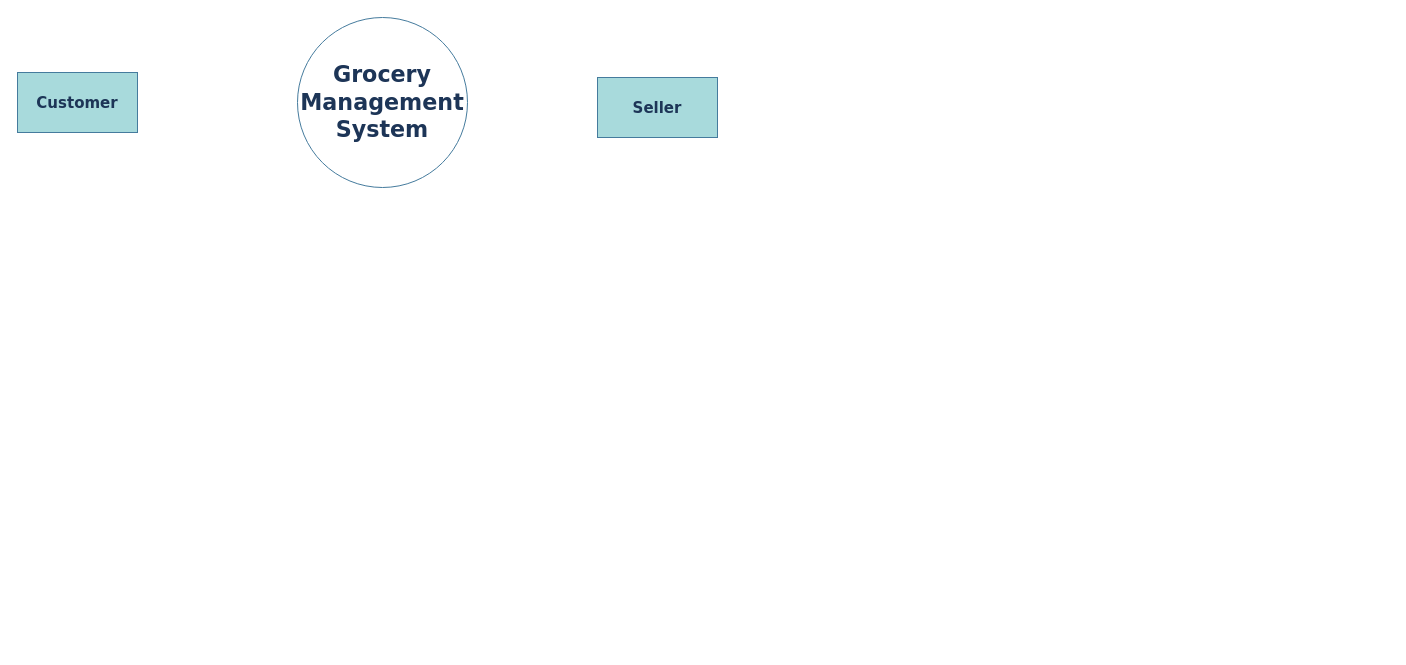
Earlier version of the draw.io diagram DFD-Level0.drawio (rudraxdudakiya/phpgms). Source tidied: cells renumbered, new cells numbered last; positions are measured from the earlier drawing's top-left corner, leaving out a move shared by most shapes. Both pictures are drawn from the tidied source at 100%, with x=0, y=0 at pixel (17, 17).
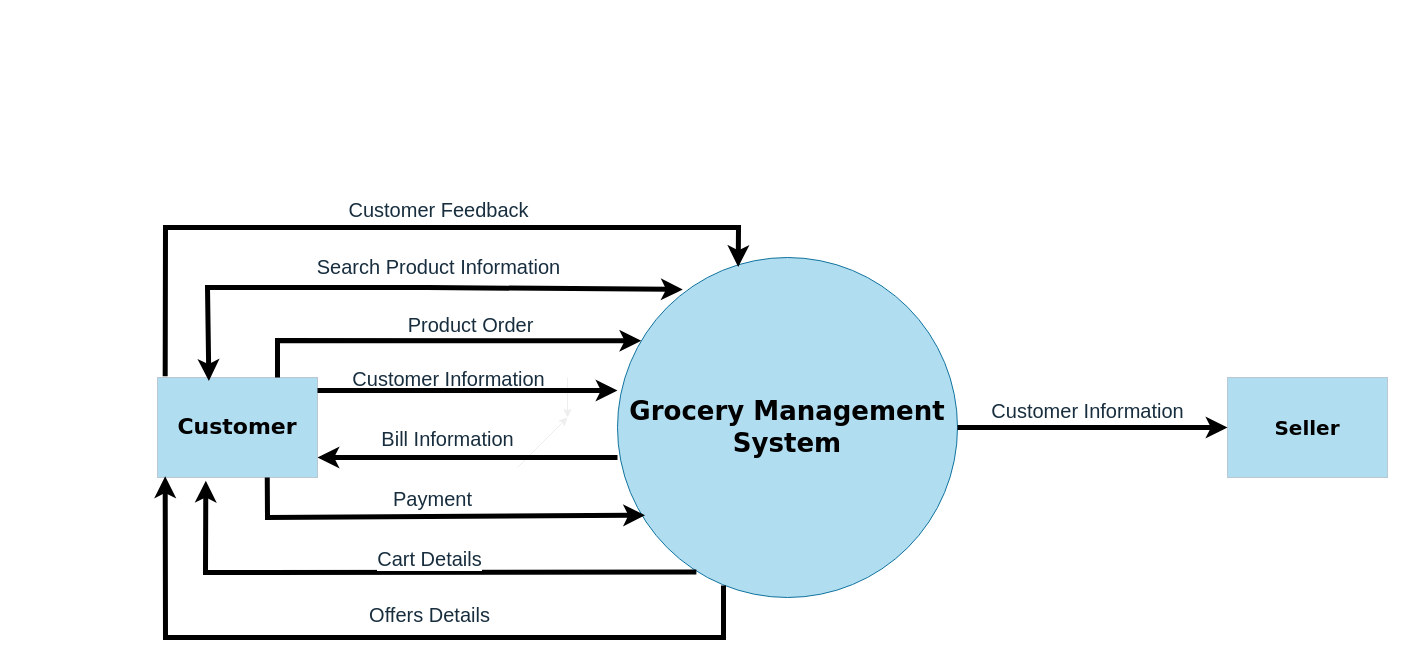
The same page after the edit.

Change to the diagram source:
```diff
@@
-    <mxCell id="2" value="&lt;h3&gt;&lt;font face=&quot;Verdana&quot;&gt;Grocery Management System&lt;/font&gt;&lt;/h3&gt;" style="ellipse;fillColor=none;fontColor=#1D3557;strokeColor=#457B9D;fontStyle=1;labelBackgroundColor=none;textShadow=0;align=center;fontSize=19;horizontal=1;labelBorderColor=none;whiteSpace=wrap;html=1;convertToSvg=0;" parent="1" vertex="1">
-      <mxGeometry x="280" width="170" height="170" as="geometry" />
+    <mxCell id="2" value="&lt;h3&gt;&lt;font style=&quot;color: light-dark(rgb(0, 0, 0), rgb(255, 255, 255)); font-size: 26px;&quot; face=&quot;Verdana&quot;&gt;Grocery Management System&lt;/font&gt;&lt;/h3&gt;" style="ellipse;fillColor=#b1ddf0;strokeColor=#10739e;fontStyle=1;labelBackgroundColor=none;textShadow=0;align=center;fontSize=19;horizontal=1;labelBorderColor=none;whiteSpace=wrap;html=1;convertToSvg=0;" parent="1" vertex="1">
+      <mxGeometry x="600" y="240" width="340" height="340" as="geometry" />
     </mxCell>
+    <mxCell id="4" value="&lt;h3&gt;&lt;b&gt;&lt;font face=&quot;Verdana&quot; style=&quot;color: light-dark(rgb(0, 0, 0), rgb(255, 255, 255)); font-size: 20px;&quot;&gt;Seller&lt;/font&gt;&lt;/b&gt;&lt;/h3&gt;" style="rounded=0;whiteSpace=wrap;html=1;strokeColor=#BAC8D3;fontColor=#182E3E;fillColor=#B1DDF0;labelBackgroundColor=none;" parent="1" vertex="1">
+      <mxGeometry x="1210" y="360" width="160" height="100" as="geometry" />
+    </mxCell>
+    <mxCell id="5" style="endArrow=classic;html=1;rounded=0;strokeColor=#EEEEEE;fontColor=#FFFFFF;exitX=1;exitY=0.5;exitDx=0;exitDy=0;" parent="1" edge="1">
+      <mxGeometry relative="1" as="geometry">
+        <mxPoint x="550" y="360" as="sourcePoint" />
+        <mxPoint x="550" y="400" as="targetPoint" />
+      </mxGeometry>
+    </mxCell>
+    <mxCell id="6" style="endArrow=classic;html=1;rounded=0;strokeColor=#EEEEEE;fontColor=#FFFFFF;" parent="1" edge="1">
+      <mxGeometry relative="1" as="geometry">
+        <mxPoint x="500" y="450" as="sourcePoint" />
+        <mxPoint x="550" y="400" as="targetPoint" />
+      </mxGeometry>
+    </mxCell>
+    <mxCell id="7" style="endArrow=classic;html=1;rounded=0;fontColor=#FFFFFF;strokeWidth=5;fillColor=none;entryX=0;entryY=0.5;entryDx=0;entryDy=0;" parent="1" edge="1">
+      <mxGeometry relative="1" as="geometry">
+        <mxPoint x="600" y="440" as="sourcePoint" />
+        <mxPoint x="300" y="440" as="targetPoint" />
+      </mxGeometry>
+    </mxCell>
+    <mxCell id="8" value="&lt;font style=&quot;font-size: 20px;&quot;&gt;Customer Information&lt;/font&gt;" style="edgeLabel;html=1;align=center;verticalAlign=middle;strokeColor=#BAC8D3;fontColor=#182E3E;fillColor=#B1DDF0;" parent="7" vertex="1">
+      <mxGeometry x="-0.14" y="1" relative="1" as="geometry">
+        <mxPoint x="-41" y="-81" as="offset" />
+      </mxGeometry>
+    </mxCell>
+    <mxCell id="9" value="&lt;font style=&quot;font-size: 20px;&quot;&gt;Bill Information&lt;/font&gt;" style="edgeLabel;html=1;align=center;verticalAlign=middle;strokeColor=#BAC8D3;fontColor=#182E3E;fillColor=#B1DDF0;" parent="7" vertex="1">
+      <mxGeometry x="0.17" y="6" relative="1" as="geometry">
+        <mxPoint x="5" y="-26" as="offset" />
+      </mxGeometry>
+    </mxCell>
+    <mxCell id="10" value="&lt;span style=&quot;font-size: 20px;&quot;&gt;Customer Information&lt;/span&gt;" style="text;html=1;align=center;verticalAlign=middle;strokeColor=none;fillColor=none;fontColor=#182E3E;" parent="1" vertex="1">
+      <mxGeometry x="960" y="373" width="220" height="40" as="geometry" />
+    </mxCell>
+    <mxCell id="11" style="endArrow=classic;html=1;rounded=0;fontColor=#FFFFFF;strokeWidth=5;fillColor=none;exitX=1;exitY=0.5;exitDx=0;exitDy=0;" parent="1" edge="1" source="2" target="4">
+      <mxGeometry relative="1" as="geometry" />
+    </mxCell>
-    <mxCell id="3" value="&lt;h4&gt;&lt;b&gt;&lt;font face=&quot;Verdana&quot; style=&quot;font-size: 15px;&quot;&gt;Customer&lt;/font&gt;&lt;/b&gt;&lt;/h4&gt;" style="rounded=0;whiteSpace=wrap;html=1;strokeColor=#457B9D;fontColor=#1D3557;fillColor=#A8DADC;" parent="1" vertex="1">
-      <mxGeometry y="55" width="120" height="60" as="geometry" />
+    <mxCell id="3" value="&lt;h4&gt;&lt;b&gt;&lt;font face=&quot;Verdana&quot; style=&quot;color: light-dark(rgb(0, 0, 0), rgb(255, 255, 255)); font-size: 22px;&quot;&gt;Customer&lt;/font&gt;&lt;/b&gt;&lt;/h4&gt;" style="rounded=0;whiteSpace=wrap;html=1;strokeColor=#BAC8D3;fontColor=#182E3E;fillColor=#B1DDF0;labelBackgroundColor=none;" parent="1" vertex="1">
+      <mxGeometry x="140" y="360" width="160" height="100" as="geometry" />
     </mxCell>
-    <mxCell id="4" value="&lt;h3&gt;&lt;b&gt;&lt;font face=&quot;Verdana&quot; style=&quot;font-size: 15px;&quot;&gt;Seller&lt;/font&gt;&lt;/b&gt;&lt;/h3&gt;" style="rounded=0;whiteSpace=wrap;html=1;strokeColor=#457B9D;fontColor=#1D3557;fillColor=#A8DADC;" parent="1" vertex="1">
-      <mxGeometry x="580" y="60" width="120" height="60" as="geometry" />
-    </mxCell>
+    <mxCell id="12" style="endArrow=classic;html=1;rounded=0;fontColor=#FFFFFF;strokeWidth=5;fillColor=none;exitX=0.75;exitY=0;exitDx=0;exitDy=0;entryX=0.07;entryY=0.245;entryDx=0;entryDy=0;entryPerimeter=0;" parent="1" edge="1" source="3" target="2">
+      <mxGeometry relative="1" as="geometry">
+        <Array as="points">
+          <mxPoint x="260" y="323" />
+        </Array>
+      </mxGeometry>
+    </mxCell>
+    <mxCell id="13" style="endArrow=classic;html=1;rounded=0;fontColor=#FFFFFF;strokeWidth=5;fillColor=none;exitX=0.048;exitY=0.988;exitDx=0;exitDy=0;exitPerimeter=0;entryX=0.048;entryY=0.988;entryDx=0;entryDy=0;entryPerimeter=0;" parent="1" edge="1" target="3">
+      <mxGeometry relative="1" as="geometry">
+        <mxPoint x="706" y="568" as="sourcePoint" />
+        <Array as="points">
+          <mxPoint x="706" y="620" />
+          <mxPoint x="148" y="620" />
+        </Array>
+      </mxGeometry>
+    </mxCell>
+    <mxCell id="14" style="endArrow=classic;html=1;rounded=0;fontColor=#FFFFFF;strokeWidth=5;fillColor=none;entryX=0.081;entryY=0.758;entryDx=0;entryDy=0;entryPerimeter=0;exitX=0.686;exitY=1.001;exitDx=0;exitDy=0;exitPerimeter=0;" parent="1" edge="1" source="3" target="2">
+      <mxGeometry relative="1" as="geometry">
+        <Array as="points">
+          <mxPoint x="250" y="500" />
+        </Array>
+      </mxGeometry>
+    </mxCell>
+    <mxCell id="15" style="endArrow=classic;html=1;rounded=0;fontColor=#FFFFFF;strokeWidth=5;fillColor=none;entryX=0;entryY=0.5;entryDx=0;entryDy=0;" parent="1" edge="1">
+      <mxGeometry relative="1" as="geometry">
+        <mxPoint x="300" y="373" as="sourcePoint" />
+        <mxPoint x="600" y="373" as="targetPoint" />
+      </mxGeometry>
+    </mxCell>
+    <mxCell id="16" style="endArrow=classic;html=1;rounded=0;fontColor=#FFFFFF;strokeWidth=5;fillColor=none;exitX=0.048;exitY=-0.012;exitDx=0;exitDy=0;exitPerimeter=0;entryX=0.355;entryY=0.028;entryDx=0;entryDy=0;entryPerimeter=0;" parent="1" edge="1" source="3" target="2">
+      <mxGeometry relative="1" as="geometry">
+        <Array as="points">
+          <mxPoint x="148" y="210" />
+          <mxPoint x="721" y="210" />
+        </Array>
+      </mxGeometry>
+    </mxCell>
+    <mxCell id="17" style="endArrow=classic;html=1;rounded=0;fontColor=#FFFFFF;strokeWidth=5;fillColor=none;entryX=0.302;entryY=1.032;entryDx=0;entryDy=0;entryPerimeter=0;exitX=0.232;exitY=0.925;exitDx=0;exitDy=0;exitPerimeter=0;" parent="1" edge="1" source="2" target="3">
+      <mxGeometry relative="1" as="geometry">
+        <Array as="points">
+          <mxPoint x="188" y="555" />
+        </Array>
+      </mxGeometry>
+    </mxCell>
+    <mxCell id="18" value="&lt;font style=&quot;font-size: 20px;&quot;&gt;Payment&lt;/font&gt;" style="edgeLabel;html=1;align=center;verticalAlign=middle;strokeColor=#BAC8D3;fontColor=#182E3E;fillColor=#B1DDF0;" parent="1" vertex="1">
+      <mxGeometry x="430" y="440" as="geometry">
+        <mxPoint x="-16" y="40" as="offset" />
+      </mxGeometry>
+    </mxCell>
+    <mxCell id="19" value="&lt;font style=&quot;font-size: 20px;&quot;&gt;Cart Details&lt;/font&gt;" style="edgeLabel;html=1;align=center;verticalAlign=middle;strokeColor=#BAC8D3;fontColor=#182E3E;fillColor=#B1DDF0;" parent="1" vertex="1">
+      <mxGeometry x="420" y="620" as="geometry">
+        <mxPoint x="-9" y="-80" as="offset" />
+      </mxGeometry>
+    </mxCell>
+    <mxCell id="20" value="&lt;span style=&quot;font-size: 20px;&quot;&gt;Product Order&lt;/span&gt;" style="edgeLabel;html=1;align=center;verticalAlign=middle;strokeColor=#BAC8D3;fontColor=#182E3E;fillColor=#B1DDF0;" parent="1" vertex="1">
+      <mxGeometry x="440" y="470" as="geometry">
+        <mxPoint x="12" y="-164" as="offset" />
+      </mxGeometry>
+    </mxCell>
+    <mxCell id="21" value="&lt;font style=&quot;font-size: 20px;&quot;&gt;Search Product Information&lt;/font&gt;" style="edgeLabel;html=1;align=center;verticalAlign=middle;strokeColor=#BAC8D3;fontColor=#182E3E;fillColor=#B1DDF0;" parent="1" vertex="1">
+      <mxGeometry x="430" y="450" as="geometry">
+        <mxPoint x="-10" y="-202" as="offset" />
+      </mxGeometry>
+    </mxCell>
+    <mxCell id="22" value="&lt;font style=&quot;font-size: 20px;&quot;&gt;Customer Feedback&lt;/font&gt;" style="edgeLabel;html=1;align=center;verticalAlign=middle;strokeColor=#BAC8D3;fontColor=#182E3E;fillColor=#B1DDF0;" parent="1" vertex="1">
+      <mxGeometry x="420" y="320" as="geometry">
+        <mxPoint y="-129" as="offset" />
+      </mxGeometry>
+    </mxCell>
+    <mxCell id="23" value="&lt;font style=&quot;font-size: 20px;&quot;&gt;Offers Details&lt;/font&gt;" style="edgeLabel;html=1;align=center;verticalAlign=middle;strokeColor=#BAC8D3;fontColor=#182E3E;fillColor=#B1DDF0;" parent="1" vertex="1">
+      <mxGeometry x="410" y="560" as="geometry">
+        <mxPoint x="1" y="36" as="offset" />
+      </mxGeometry>
+    </mxCell>
+    <mxCell id="24" style="endArrow=classic;startArrow=classic;html=1;rounded=0;fontColor=#FFFFFF;exitX=0.321;exitY=0.034;exitDx=0;exitDy=0;exitPerimeter=0;fillColor=none;strokeWidth=5;entryX=0.192;entryY=0.094;entryDx=0;entryDy=0;entryPerimeter=0;" parent="1" edge="1" source="3" target="2">
+      <mxGeometry relative="1" as="geometry">
+        <Array as="points">
+          <mxPoint x="190" y="270" />
+          <mxPoint x="410" y="270" />
+        </Array>
+      </mxGeometry>
+    </mxCell>
```
